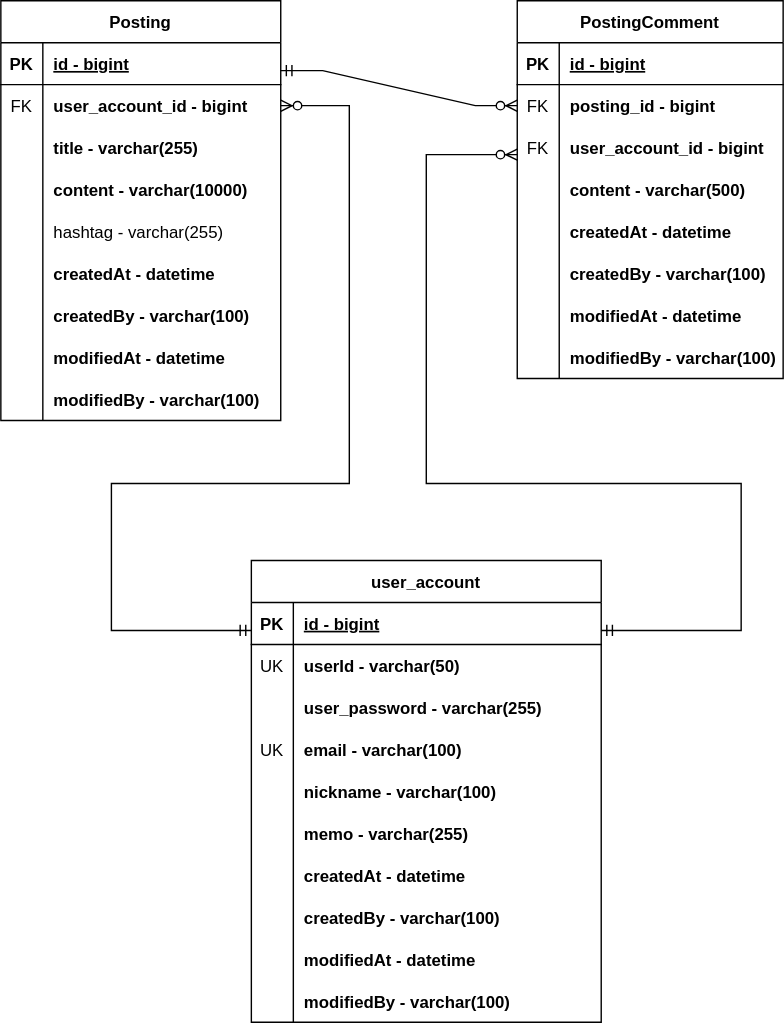
Earlier version of the draw.io export document/project-forum-erd.svg (smileLoopy/personal-project-forum). Source tidied: cells renumbered, new cells last; positions are measured from the earlier drawing's top-left corner, leaving out a move shared by most shapes.
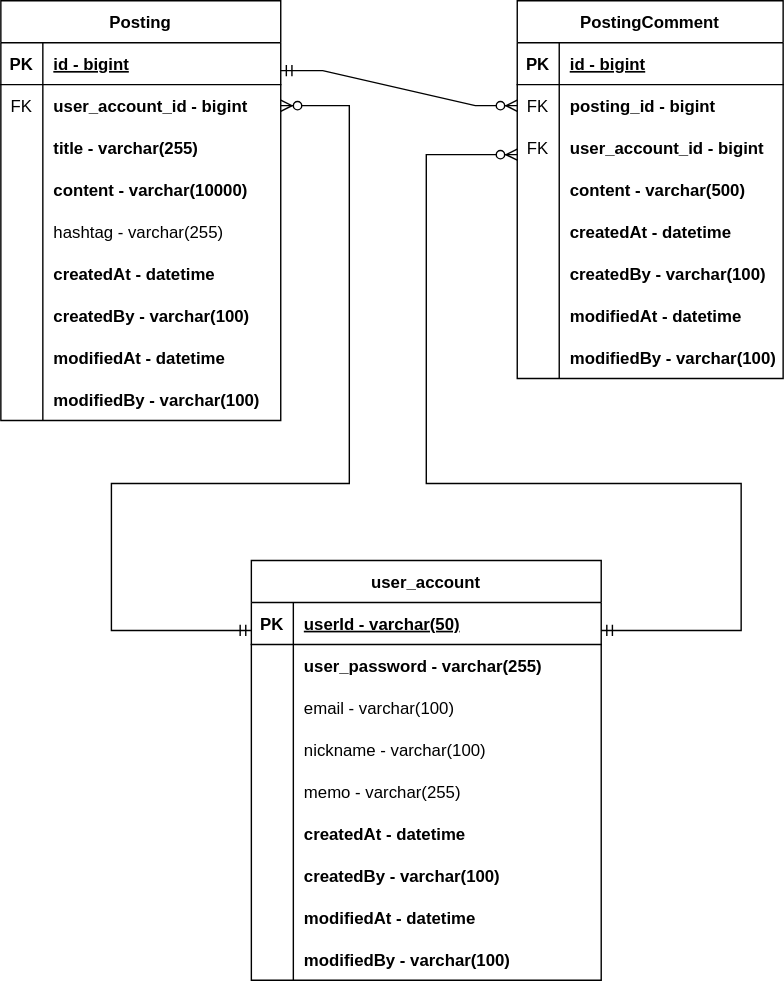
Above is the later version.

Commit message:
#34-ERD update: delete id change userId to PK

Diff of the diagram source:
```diff
@@ -170,7 +170,7 @@
       </mxGeometry>
     </mxCell>
     <mxCell id="56" value="user_account" style="shape=table;startSize=30;rowLines=0;fontStyle=1;align=center;" parent="1" vertex="1">
-      <mxGeometry x="179" y="400" width="250" height="330" as="geometry" />
+      <mxGeometry x="179" y="400" width="250" height="300" as="geometry" />
     </mxCell>
     <mxCell id="57" style="shape=partialRectangle;fillColor=none;points=[[0,0.5],[1,0.5]];portConstraint=eastwest;top=0;left=0;right=0;bottom=1;" parent="56" vertex="1">
       <mxGeometry y="30" width="250" height="30" as="geometry" />
@@ -178,20 +178,11 @@
     <mxCell id="58" value="PK" style="shape=partialRectangle;overflow=hidden;fillColor=none;top=0;left=0;bottom=0;right=0;fontStyle=1;" parent="57" vertex="1">
       <mxGeometry width="30" height="30" as="geometry" />
     </mxCell>
-    <mxCell id="59" value="id - bigint" style="shape=partialRectangle;overflow=hidden;fillColor=none;top=0;left=0;bottom=0;right=0;align=left;spacingLeft=6;fontStyle=5;" parent="57" vertex="1">
+    <mxCell id="59" value="userId - varchar(50)" style="shape=partialRectangle;overflow=hidden;fillColor=none;top=0;left=0;bottom=0;right=0;align=left;spacingLeft=6;fontStyle=5;" parent="57" vertex="1">
       <mxGeometry x="30" width="220" height="30" as="geometry" />
     </mxCell>
-    <mxCell id="60" style="shape=partialRectangle;fillColor=none;top=0;left=0;right=0;bottom=0;" parent="56" vertex="1">
-      <mxGeometry y="60" width="250" height="30" as="geometry" />
-    </mxCell>
-    <mxCell id="61" value="UK" style="shape=partialRectangle;overflow=hidden;fillColor=none;top=0;left=0;bottom=0;right=0;" parent="60" vertex="1">
-      <mxGeometry width="30" height="30" as="geometry" />
-    </mxCell>
-    <mxCell id="62" value="userId - varchar(50)" style="shape=partialRectangle;overflow=hidden;fillColor=none;top=0;left=0;bottom=0;right=0;align=left;spacingLeft=6;fontStyle=1;" parent="60" vertex="1">
-      <mxGeometry x="30" width="220" height="30" as="geometry" />
-    </mxCell>
     <mxCell id="63" style="shape=partialRectangle;fillColor=none;top=0;left=0;right=0;bottom=0;" parent="56" vertex="1">
-      <mxGeometry y="90" width="250" height="30" as="geometry" />
+      <mxGeometry y="60" width="250" height="30" as="geometry" />
     </mxCell>
     <mxCell id="64" style="shape=partialRectangle;overflow=hidden;fillColor=none;top=0;left=0;bottom=0;right=0;" parent="63" vertex="1">
       <mxGeometry width="30" height="30" as="geometry" />
@@ -200,34 +191,34 @@
       <mxGeometry x="30" width="220" height="30" as="geometry" />
     </mxCell>
     <mxCell id="66" style="shape=partialRectangle;fillColor=none;top=0;left=0;right=0;bottom=0;" parent="56" vertex="1">
-      <mxGeometry y="120" width="250" height="30" as="geometry" />
+      <mxGeometry y="90" width="250" height="30" as="geometry" />
     </mxCell>
-    <mxCell id="67" value="UK" style="shape=partialRectangle;overflow=hidden;fillColor=none;top=0;left=0;bottom=0;right=0;" parent="66" vertex="1">
+    <mxCell id="67" style="shape=partialRectangle;overflow=hidden;fillColor=none;top=0;left=0;bottom=0;right=0;" parent="66" vertex="1">
       <mxGeometry width="30" height="30" as="geometry" />
     </mxCell>
-    <mxCell id="68" value="email - varchar(100)" style="shape=partialRectangle;overflow=hidden;fillColor=none;top=0;left=0;bottom=0;right=0;align=left;spacingLeft=6;fontStyle=1;" parent="66" vertex="1">
+    <mxCell id="68" value="email - varchar(100)" style="shape=partialRectangle;overflow=hidden;fillColor=none;top=0;left=0;bottom=0;right=0;align=left;spacingLeft=6;fontStyle=0;" parent="66" vertex="1">
       <mxGeometry x="30" width="220" height="30" as="geometry" />
     </mxCell>
     <mxCell id="69" style="shape=partialRectangle;fillColor=none;top=0;left=0;right=0;bottom=0;" parent="56" vertex="1">
-      <mxGeometry y="150" width="250" height="30" as="geometry" />
+      <mxGeometry y="120" width="250" height="30" as="geometry" />
     </mxCell>
     <mxCell id="70" style="shape=partialRectangle;overflow=hidden;fillColor=none;top=0;left=0;bottom=0;right=0;" parent="69" vertex="1">
       <mxGeometry width="30" height="30" as="geometry" />
     </mxCell>
-    <mxCell id="71" value="nickname - varchar(100)" style="shape=partialRectangle;overflow=hidden;fillColor=none;top=0;left=0;bottom=0;right=0;align=left;spacingLeft=6;fontStyle=1;" parent="69" vertex="1">
+    <mxCell id="71" value="nickname - varchar(100)" style="shape=partialRectangle;overflow=hidden;fillColor=none;top=0;left=0;bottom=0;right=0;align=left;spacingLeft=6;fontStyle=0;" parent="69" vertex="1">
       <mxGeometry x="30" width="220" height="30" as="geometry" />
     </mxCell>
     <mxCell id="72" style="shape=partialRectangle;fillColor=none;top=0;left=0;right=0;bottom=0;" parent="56" vertex="1">
-      <mxGeometry y="180" width="250" height="30" as="geometry" />
+      <mxGeometry y="150" width="250" height="30" as="geometry" />
     </mxCell>
     <mxCell id="73" style="shape=partialRectangle;overflow=hidden;fillColor=none;top=0;left=0;bottom=0;right=0;" parent="72" vertex="1">
       <mxGeometry width="30" height="30" as="geometry" />
     </mxCell>
-    <mxCell id="74" value="memo - varchar(255)" style="shape=partialRectangle;overflow=hidden;fillColor=none;top=0;left=0;bottom=0;right=0;align=left;spacingLeft=6;fontStyle=1;" parent="72" vertex="1">
+    <mxCell id="74" value="memo - varchar(255)" style="shape=partialRectangle;overflow=hidden;fillColor=none;top=0;left=0;bottom=0;right=0;align=left;spacingLeft=6;fontStyle=0;" parent="72" vertex="1">
       <mxGeometry x="30" width="220" height="30" as="geometry" />
     </mxCell>
     <mxCell id="75" style="shape=partialRectangle;fillColor=none;top=0;left=0;right=0;bottom=0;" parent="56" vertex="1">
-      <mxGeometry y="210" width="250" height="30" as="geometry" />
+      <mxGeometry y="180" width="250" height="30" as="geometry" />
     </mxCell>
     <mxCell id="76" style="shape=partialRectangle;overflow=hidden;fillColor=none;top=0;left=0;bottom=0;right=0;" parent="75" vertex="1">
       <mxGeometry width="30" height="30" as="geometry" />
@@ -236,7 +227,7 @@
       <mxGeometry x="30" width="220" height="30" as="geometry" />
     </mxCell>
     <mxCell id="78" style="shape=partialRectangle;fillColor=none;top=0;left=0;right=0;bottom=0;" parent="56" vertex="1">
-      <mxGeometry y="240" width="250" height="30" as="geometry" />
+      <mxGeometry y="210" width="250" height="30" as="geometry" />
     </mxCell>
     <mxCell id="79" style="shape=partialRectangle;overflow=hidden;fillColor=none;top=0;left=0;bottom=0;right=0;" parent="78" vertex="1">
       <mxGeometry width="30" height="30" as="geometry" />
@@ -245,7 +236,7 @@
       <mxGeometry x="30" width="220" height="30" as="geometry" />
     </mxCell>
     <mxCell id="81" style="shape=partialRectangle;fillColor=none;top=0;left=0;right=0;bottom=0;" parent="56" vertex="1">
-      <mxGeometry y="270" width="250" height="30" as="geometry" />
+      <mxGeometry y="240" width="250" height="30" as="geometry" />
     </mxCell>
     <mxCell id="82" style="shape=partialRectangle;overflow=hidden;fillColor=none;top=0;left=0;bottom=0;right=0;" parent="81" vertex="1">
       <mxGeometry width="30" height="30" as="geometry" />
@@ -254,7 +245,7 @@
       <mxGeometry x="30" width="220" height="30" as="geometry" />
     </mxCell>
     <mxCell id="84" style="shape=partialRectangle;fillColor=none;top=0;left=0;right=0;bottom=0;" parent="56" vertex="1">
-      <mxGeometry y="300" width="250" height="30" as="geometry" />
+      <mxGeometry y="270" width="250" height="30" as="geometry" />
     </mxCell>
     <mxCell id="85" style="shape=partialRectangle;overflow=hidden;fillColor=none;top=0;left=0;bottom=0;right=0;" parent="84" vertex="1">
       <mxGeometry width="30" height="30" as="geometry" />
```
